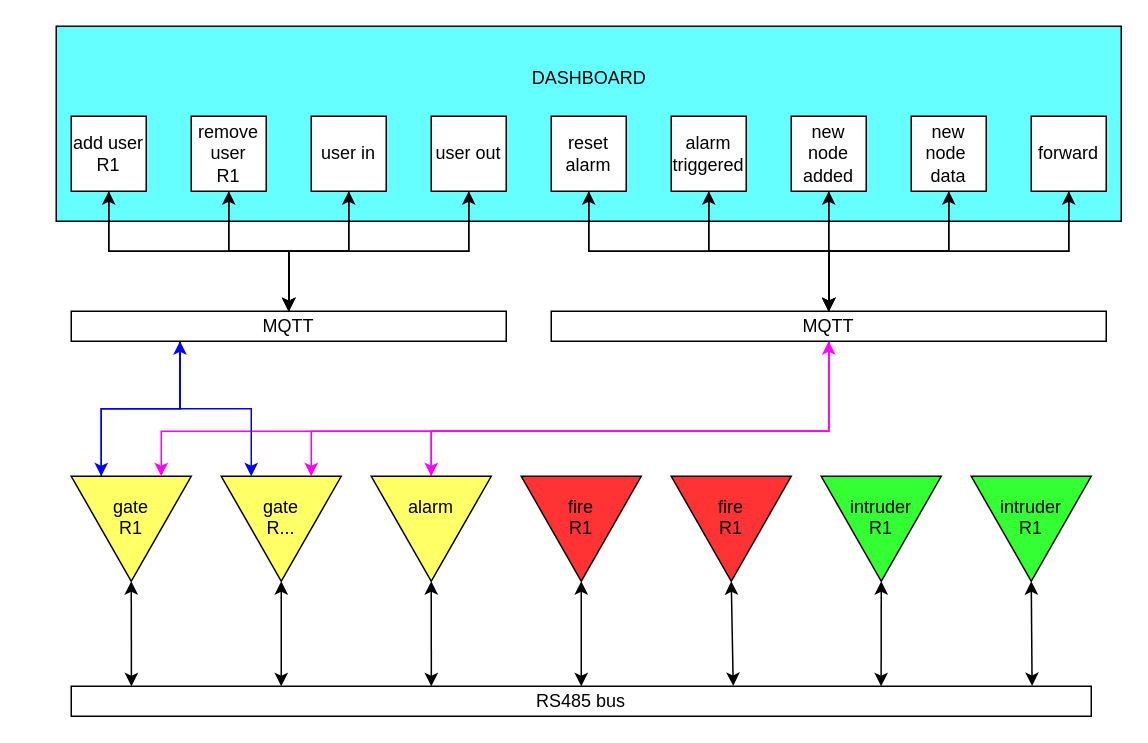
The draw.io diagram mqtt -message -tree.drawio in jaywebb67/ELEC520_Group2, before the edit. Source tidied: cells renumbered, new cells numbered last; positions are measured from the earlier drawing's top-left corner, leaving out a move shared by most shapes. Both pictures are drawn from the tidied source at 150%, with x=0, y=0 at pixel (56, 26).
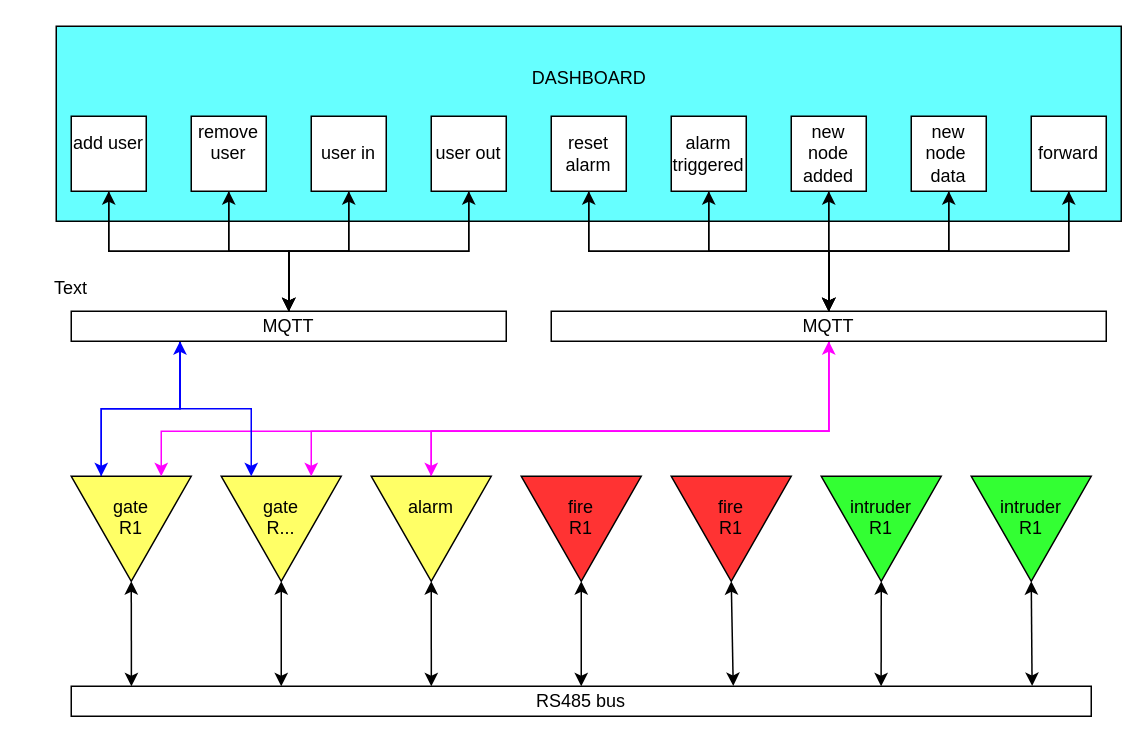
After the change.

Change to the diagram source:
```diff
@@
-    <mxCell id="4" value="add user&lt;div&gt;R1&lt;/div&gt;" style="whiteSpace=wrap;html=1;" parent="1" vertex="1">
+    <mxCell id="4" value="add user&lt;div&gt;&lt;br&gt;&lt;/div&gt;" style="whiteSpace=wrap;html=1;" parent="1" vertex="1">
       <mxGeometry x="10" y="60" width="50" height="50" as="geometry" />
     </mxCell>
@@
-    <mxCell id="7" value="remove user&lt;div&gt;R1&lt;/div&gt;" style="whiteSpace=wrap;html=1;" parent="1" vertex="1">
+    <mxCell id="7" value="remove user&lt;div&gt;&lt;br&gt;&lt;/div&gt;" style="whiteSpace=wrap;html=1;" parent="1" vertex="1">
       <mxGeometry x="90" y="60" width="50" height="50" as="geometry" />
     </mxCell>
@@
+    <mxCell id="56" value="Text" style="text;strokeColor=none;align=center;fillColor=none;html=1;verticalAlign=middle;whiteSpace=wrap;rounded=0;" parent="1" vertex="1">
+      <mxGeometry x="-20" y="160" width="60" height="30" as="geometry" />
+    </mxCell>
```
